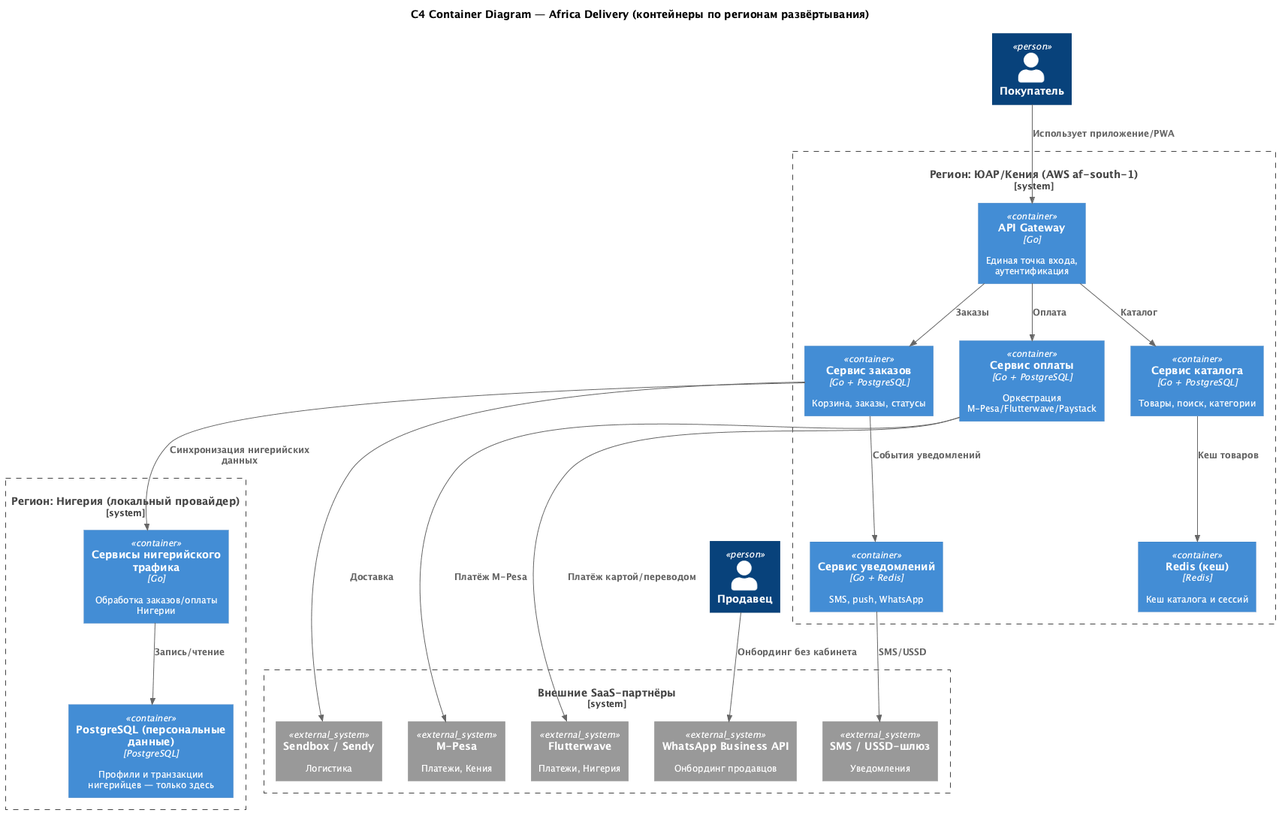
Above: Task4/c4-container.png in Zemond/Africa_Delivery (PlantUML), before the change. Its diagram source:
```plantuml
@startuml
!include <C4/C4_Container>
skinparam defaultFontSize 12
skinparam backgroundColor #FFFFFF

title C4 Container Diagram — Africa Delivery (контейнеры по регионам развёртывания)

Person(customer, "Покупатель", "")
Person(seller, "Продавец", "")

System_Boundary(ng, "Регион: Нигерия (локальный провайдер)") {
  Container(ngdb, "PostgreSQL (персональные данные)", "PostgreSQL", "Профили и транзакции нигерийцев — только здесь")
  Container(ngsvc, "Сервисы нигерийского трафика", "Go", "Обработка заказов/оплаты Нигерии")
}

System_Boundary(za, "Регион: ЮАР/Кения (AWS af-south-1)") {
  Container(api, "API Gateway", "Go", "Единая точка входа, аутентификация")
  Container(catalog, "Сервис каталога", "Go + PostgreSQL", "Товары, поиск, категории")
  Container(orders, "Сервис заказов", "Go + PostgreSQL", "Корзина, заказы, статусы")
  Container(payments, "Сервис оплаты", "Go + PostgreSQL", "Оркестрация M-Pesa/Flutterwave/Paystack")
  Container(notif, "Сервис уведомлений", "Go + Redis", "SMS, push, WhatsApp")
  Container(cache, "Redis (кеш)", "Redis", "Кеш каталога и сессий")
}

System_Boundary(ext, "Внешние SaaS-партнёры") {
  System_Ext(mpesa, "M-Pesa", "Платежи, Кения")
  System_Ext(flutterwave, "Flutterwave", "Платежи, Нигерия")
  System_Ext(sendbox, "Sendbox / Sendy", "Логистика")
  System_Ext(smsgw, "SMS / USSD-шлюз", "Уведомления")
  System_Ext(whatsapp, "WhatsApp Business API", "Онбординг продавцов")
}

Rel(customer, api, "Использует приложение/PWA")
Rel(seller, whatsapp, "Онбординг без кабинета")
Rel(api, catalog, "Каталог")
Rel(api, orders, "Заказы")
Rel(api, payments, "Оплата")
Rel(orders, notif, "События уведомлений")
Rel(catalog, cache, "Кеш товаров")
Rel(payments, mpesa, "Платёж M-Pesa")
Rel(payments, flutterwave, "Платёж картой/переводом")
Rel(orders, sendbox, "Доставка")
Rel(notif, smsgw, "SMS/USSD")
Rel(orders, ngsvc, "Синхронизация нигерийских данных")
Rel(ngsvc, ngdb, "Запись/чтение")
@enduml
```
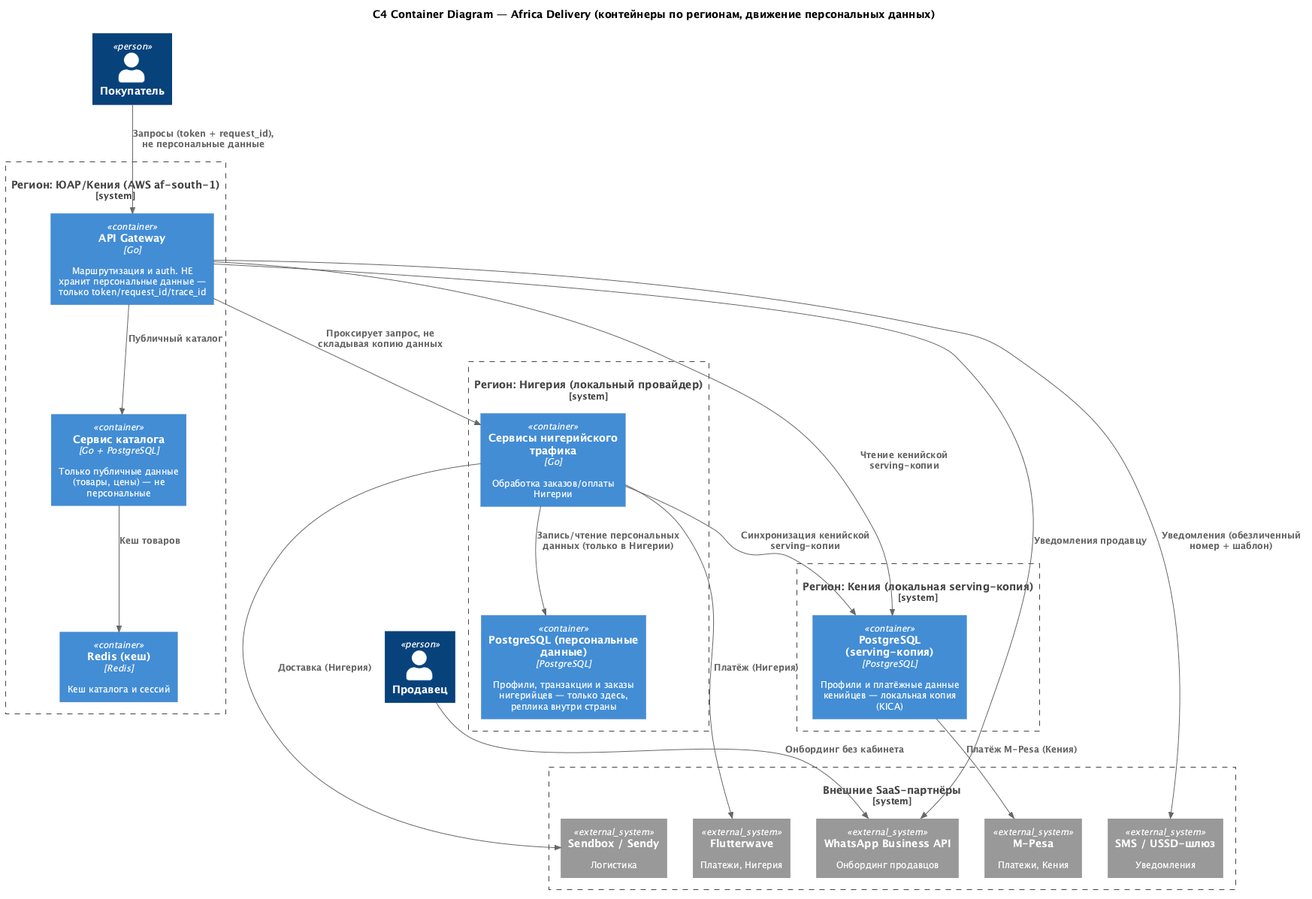
After the change.

Diff of the diagram source:
```diff
@@ -3,23 +3,24 @@
 skinparam defaultFontSize 12
 skinparam backgroundColor #FFFFFF
 
-title C4 Container Diagram — Africa Delivery (контейнеры по регионам развёртывания)
+title C4 Container Diagram — Africa Delivery (контейнеры по регионам, движение персональных данных)
 
 Person(customer, "Покупатель", "")
 Person(seller, "Продавец", "")
 
+System_Boundary(za, "Регион: ЮАР/Кения (AWS af-south-1)") {
+  Container(api, "API Gateway", "Go", "Маршрутизация и auth. НЕ хранит персональные данные — только token/request_id/trace_id")
+  Container(catalog, "Сервис каталога", "Go + PostgreSQL", "Только публичные данные (товары, цены) — не персональные")
+  Container(cache, "Redis (кеш)", "Redis", "Кеш каталога и сессий")
+}
+
 System_Boundary(ng, "Регион: Нигерия (локальный провайдер)") {
-  Container(ngdb, "PostgreSQL (персональные данные)", "PostgreSQL", "Профили и транзакции нигерийцев — только здесь")
+  Container(ngdb, "PostgreSQL (персональные данные)", "PostgreSQL", "Профили, транзакции и заказы нигерийцев — только здесь, реплика внутри страны")
   Container(ngsvc, "Сервисы нигерийского трафика", "Go", "Обработка заказов/оплаты Нигерии")
 }
 
-System_Boundary(za, "Регион: ЮАР/Кения (AWS af-south-1)") {
-  Container(api, "API Gateway", "Go", "Единая точка входа, аутентификация")
-  Container(catalog, "Сервис каталога", "Go + PostgreSQL", "Товары, поиск, категории")
-  Container(orders, "Сервис заказов", "Go + PostgreSQL", "Корзина, заказы, статусы")
-  Container(payments, "Сервис оплаты", "Go + PostgreSQL", "Оркестрация M-Pesa/Flutterwave/Paystack")
-  Container(notif, "Сервис уведомлений", "Go + Redis", "SMS, push, WhatsApp")
-  Container(cache, "Redis (кеш)", "Redis", "Кеш каталога и сессий")
+System_Boundary(ke, "Регион: Кения (локальная serving-копия)") {
+  Container(kedb, "PostgreSQL (serving-копия)", "PostgreSQL", "Профили и платёжные данные кенийцев — локальная копия (KICA)")
 }
 
 System_Boundary(ext, "Внешние SaaS-партнёры") {
@@ -30,17 +31,17 @@
   System_Ext(whatsapp, "WhatsApp Business API", "Онбординг продавцов")
 }
 
-Rel(customer, api, "Использует приложение/PWA")
+Rel(customer, api, "Запросы (token + request_id), не персональные данные")
 Rel(seller, whatsapp, "Онбординг без кабинета")
-Rel(api, catalog, "Каталог")
-Rel(api, orders, "Заказы")
-Rel(api, payments, "Оплата")
-Rel(orders, notif, "События уведомлений")
+Rel(api, catalog, "Публичный каталог")
 Rel(catalog, cache, "Кеш товаров")
-Rel(payments, mpesa, "Платёж M-Pesa")
-Rel(payments, flutterwave, "Платёж картой/переводом")
-Rel(orders, sendbox, "Доставка")
-Rel(notif, smsgw, "SMS/USSD")
-Rel(orders, ngsvc, "Синхронизация нигерийских данных")
-Rel(ngsvc, ngdb, "Запись/чтение")
+Rel(api, ngsvc, "Проксирует запрос, не складывая копию данных")
+Rel(ngsvc, ngdb, "Запись/чтение персональных данных (только в Нигерии)")
+Rel(ngsvc, flutterwave, "Платёж (Нигерия)")
+Rel(ngsvc, sendbox, "Доставка (Нигерия)")
+Rel(api, kedb, "Чтение кенийской serving-копии")
+Rel(ngsvc, kedb, "Синхронизация кенийской serving-копии")
+Rel(kedb, mpesa, "Платёж M-Pesa (Кения)")
+Rel(api, smsgw, "Уведомления (обезличенный номер + шаблон)")
+Rel(api, whatsapp, "Уведомления продавцу")
 @enduml
```
